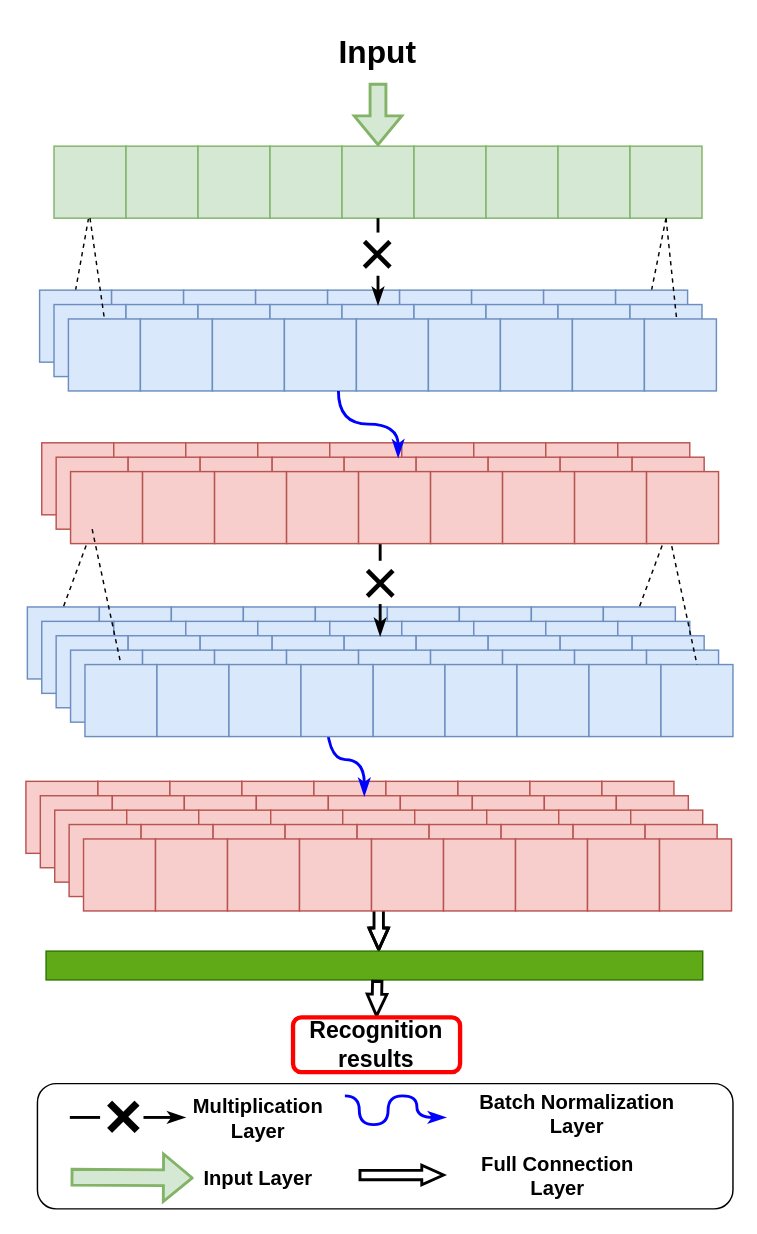
The draw.io diagram FMNN2.drawio in 1009351456/Anonymous, before the edit. Source tidied: cells renumbered, new cells numbered last; positions are measured from the earlier drawing's top-left corner, leaving out a move shared by most shapes. Both pictures are drawn from the tidied source at 144%, with x=0, y=0 at pixel (24, 24).
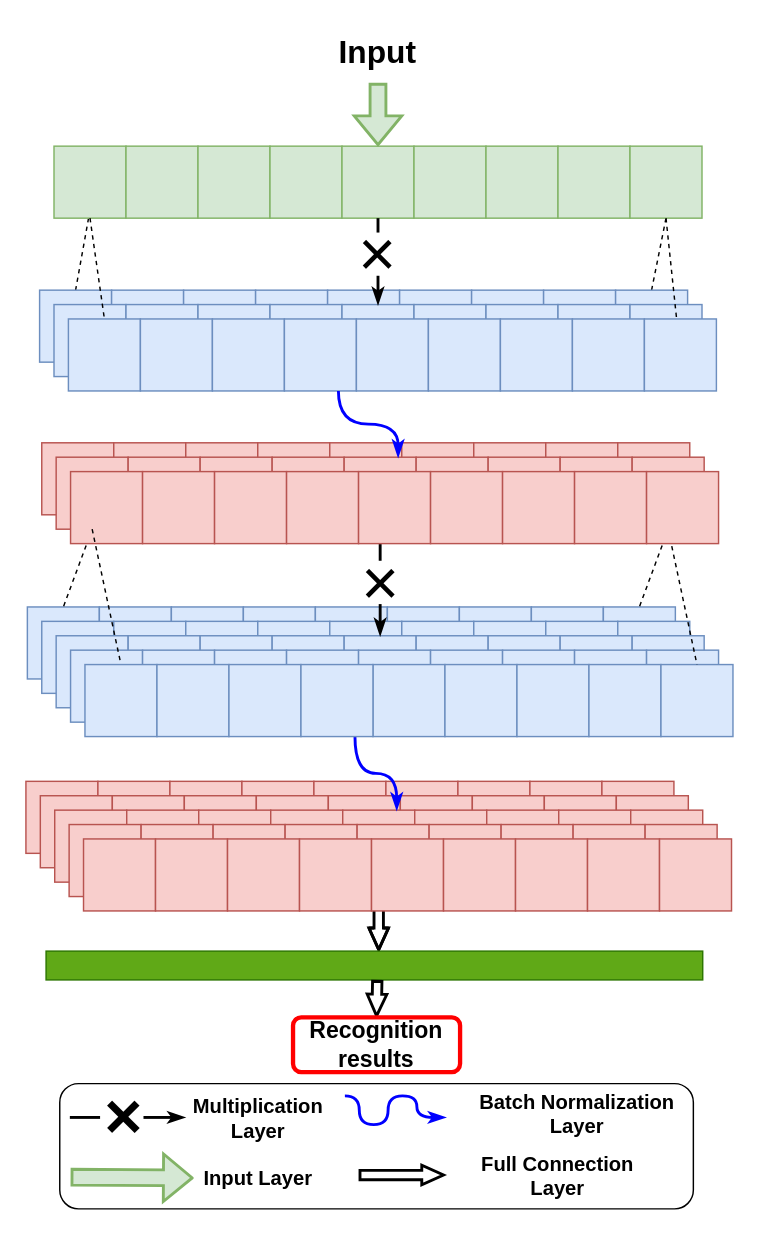
After the change.

Unchanged cells that the change refers to:
```xml
<mxCell id="96" style="rounded=0;whiteSpace=wrap;html=1;fillColor=#dae8fc;strokeColor=#6c8ebf;" parent="1" vertex="1">
  <mxGeometry x="171.5" y="424" width="50" height="50" as="geometry" />
</mxCell>
<mxCell id="141" style="rounded=0;whiteSpace=wrap;html=1;fillColor=#f8cecc;strokeColor=#b85450;" parent="1" vertex="1">
  <mxGeometry x="210.5" y="535.1" width="50" height="50" as="geometry" />
</mxCell>
<mxCell id="150" style="rounded=0;whiteSpace=wrap;html=1;fillColor=#f8cecc;strokeColor=#b85450;" parent="1" vertex="1">
  <mxGeometry x="220.5" y="545.1" width="50" height="50" as="geometry" />
</mxCell>
```

What changed in the source:
```diff
@@
-    <mxCell id="173" style="edgeStyle=orthogonalEdgeStyle;curved=1;rounded=0;jettySize=auto;html=1;exitX=0.75;exitY=1;exitDx=0;exitDy=0;fontFamily=Helvetica;fontSize=45;fontColor=#000000;strokeColor=#0000FF;strokeWidth=2;endFill=1;endArrow=classicThin;entryX=0.5;entryY=0;entryDx=0;entryDy=0;" parent="1" edge="1" source="96" target="141">
-      <mxGeometry relative="1" as="geometry">
-        <Array as="points">
-          <mxPoint x="209" y="510" />
-          <mxPoint x="235" y="510" />
-        </Array>
-      </mxGeometry>
-    </mxCell>
-    <mxCell id="174" style="rounded=0;whiteSpace=wrap;html=1;fillColor=#dae8fc;strokeColor=#6c8ebf;" parent="1" vertex="1">
-      <mxGeometry x="191.5" y="444" width="50" height="50" as="geometry" />
-    </mxCell>
@@
     <mxCell id="177" style="rounded=1;whiteSpace=wrap;html=1;fillColor=none;fontStyle=1;" parent="1" vertex="1">
-      <mxGeometry x="8.5" y="735" width="483" height="87" as="geometry" />
+      <mxGeometry x="24" y="735" width="440" height="87" as="geometry" />
     </mxCell>
@@
+    <mxCell id="188" style="edgeStyle=orthogonalEdgeStyle;curved=1;rounded=0;jettySize=auto;html=1;exitX=0.75;exitY=1;exitDx=0;exitDy=0;entryX=0.75;entryY=0;entryDx=0;entryDy=0;fontFamily=Helvetica;fontSize=45;fontColor=#000000;strokeColor=#0000FF;strokeWidth=2;endFill=1;endArrow=classicThin;" parent="1" edge="1" source="174" target="150">
+      <mxGeometry relative="1" as="geometry" />
+    </mxCell>
+    <mxCell id="174" style="rounded=0;whiteSpace=wrap;html=1;fillColor=#dae8fc;strokeColor=#6c8ebf;" parent="1" vertex="1">
+      <mxGeometry x="191.5" y="444" width="50" height="50" as="geometry" />
+    </mxCell>
```
